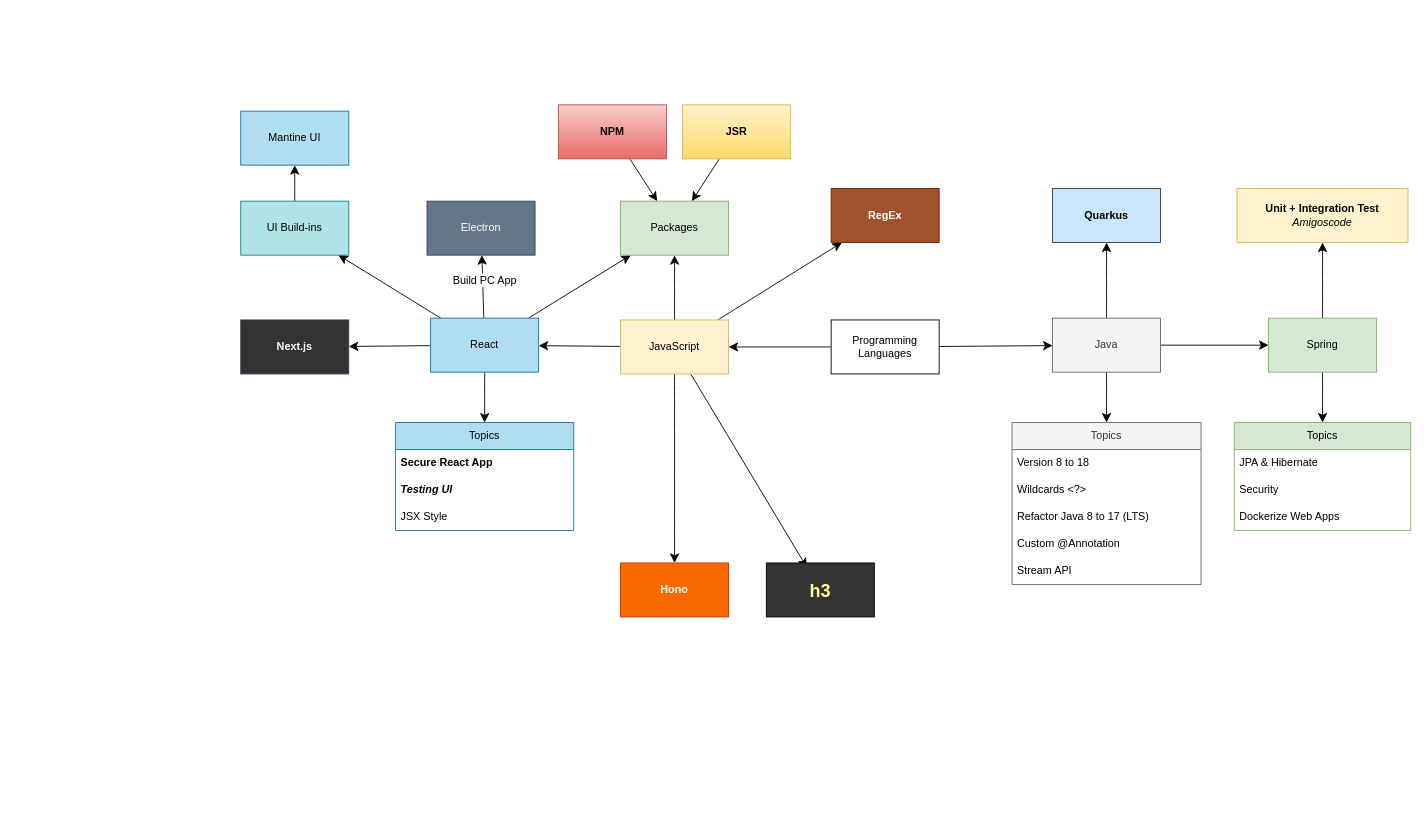
This is page "Web tech" (1 of 5) of Link_Bookmarks.drawio from sunflynf/diagram-only, a draw.io file, before an edit. Source tidied: cells renumbered, new cells numbered last; positions are measured from the earlier drawing's top-left corner, leaving out a move shared by most shapes. Both pictures are drawn from the tidied source at 90%, with x=0, y=0 at pixel (240, 104).
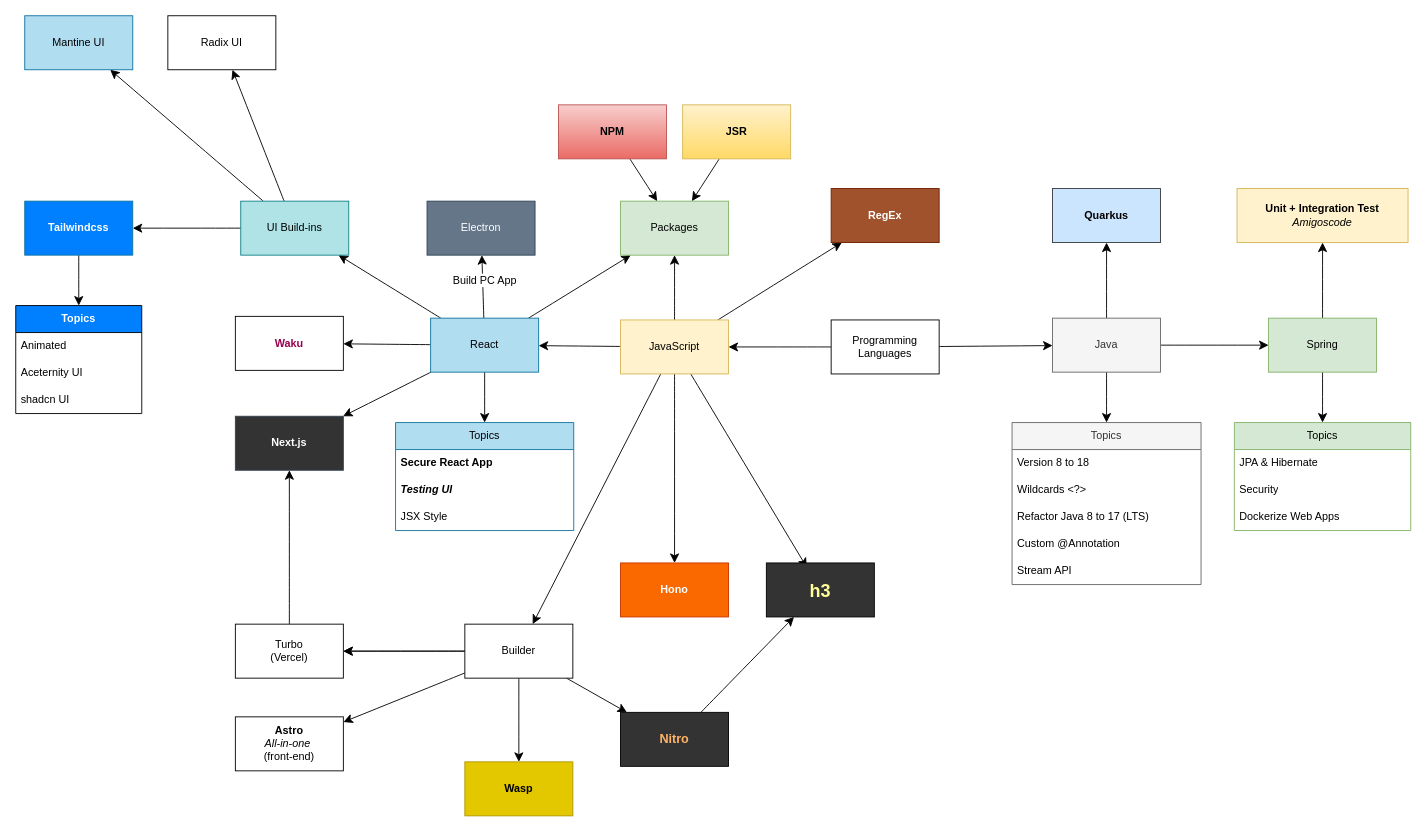
The same diagram, later.

Unchanged cells that the change refers to:
```xml
<mxCell id="28" value="JavaScript" style="whiteSpace=wrap;html=1;fillColor=#fff2cc;strokeColor=#d6b656;" parent="1" vertex="1">
  <mxGeometry x="422" y="239" width="120" height="60" as="geometry" />
</mxCell>
<mxCell id="35" value="React" style="whiteSpace=wrap;html=1;fillColor=#b1ddf0;strokeColor=#10739e;" parent="1" vertex="1">
  <mxGeometry x="211" y="237" width="120" height="60" as="geometry" />
</mxCell>
<mxCell id="38" value="UI Build-ins" style="whiteSpace=wrap;html=1;fillColor=#b0e3e6;strokeColor=#0e8088;" parent="1" vertex="1">
  <mxGeometry y="107" width="120" height="60" as="geometry" />
</mxCell>
<mxCell id="49" value="h3" style="whiteSpace=wrap;html=1;fillColor=#333333;fontColor=#FFFF99;fontStyle=1;fontSize=20;textShadow=0;labelBorderColor=none;labelBackgroundColor=none;" parent="1" vertex="1">
  <mxGeometry x="584" y="509" width="120" height="60" as="geometry" />
</mxCell>
```

The edit, as a diff of the source:
```diff
@@
+    <mxCell id="54" style="edgeStyle=none;curved=1;rounded=0;jettySize=auto;html=1;fontSize=12;startSize=8;endSize=8;" parent="1" edge="1" source="28" target="64">
+      <mxGeometry relative="1" as="geometry" />
+    </mxCell>
@@
+    <mxCell id="55" style="edgeStyle=none;curved=1;rounded=0;jettySize=auto;html=1;fontSize=12;startSize=8;endSize=8;" parent="1" edge="1" source="35" target="58">
+      <mxGeometry relative="1" as="geometry" />
+    </mxCell>
@@
     <mxCell id="36" value="Next.js" style="whiteSpace=wrap;html=1;fillColor=#333333;strokeColor=#314354;fontColor=#ffffff;fontStyle=1;" parent="1" vertex="1">
-      <mxGeometry y="239" width="120" height="60" as="geometry" />
+      <mxGeometry x="-6" y="346" width="120" height="60" as="geometry" />
     </mxCell>
@@
+    <mxCell id="56" style="edgeStyle=none;curved=1;rounded=0;jettySize=auto;html=1;fontSize=12;startSize=8;endSize=8;" parent="1" edge="1" source="38" target="72">
+      <mxGeometry relative="1" as="geometry" />
+    </mxCell>
+    <mxCell id="57" style="edgeStyle=none;curved=1;rounded=0;jettySize=auto;html=1;fontSize=12;startSize=8;endSize=8;" parent="1" edge="1" source="38" target="77">
+      <mxGeometry relative="1" as="geometry" />
+    </mxCell>
@@
     <mxCell id="39" value="Mantine UI" style="whiteSpace=wrap;html=1;fillColor=#b1ddf0;strokeColor=#10739e;" parent="1" vertex="1">
-      <mxGeometry y="7" width="120" height="60" as="geometry" />
+      <mxGeometry x="-240" y="-99" width="120" height="60" as="geometry" />
     </mxCell>
@@
+    <mxCell id="58" value="Waku" style="whiteSpace=wrap;html=1;fontStyle=1;fontColor=#99004D;" parent="1" vertex="1">
+      <mxGeometry x="-6" y="235" width="120" height="60" as="geometry" />
+    </mxCell>
+    <mxCell id="59" style="edgeStyle=none;curved=1;rounded=0;jettySize=auto;html=1;fontSize=12;startSize=8;endSize=8;" parent="1" edge="1" source="64" target="66">
+      <mxGeometry relative="1" as="geometry" />
+    </mxCell>
+    <mxCell id="60" style="edgeStyle=none;curved=1;rounded=0;jettySize=auto;html=1;fontSize=12;startSize=8;endSize=8;" parent="1" edge="1" source="64" target="66">
+      <mxGeometry relative="1" as="geometry" />
+    </mxCell>
+    <mxCell id="61" style="edgeStyle=none;curved=1;rounded=0;jettySize=auto;html=1;fontSize=12;startSize=8;endSize=8;" parent="1" edge="1" source="64" target="68">
+      <mxGeometry relative="1" as="geometry" />
+    </mxCell>
+    <mxCell id="62" style="edgeStyle=none;curved=1;rounded=0;jettySize=auto;html=1;fontSize=12;startSize=8;endSize=8;" parent="1" edge="1" source="64" target="69">
+      <mxGeometry relative="1" as="geometry" />
+    </mxCell>
+    <mxCell id="63" style="edgeStyle=none;curved=1;rounded=0;jettySize=auto;html=1;fontSize=12;startSize=8;endSize=8;" parent="1" edge="1" source="64" target="70">
+      <mxGeometry relative="1" as="geometry" />
+    </mxCell>
+    <mxCell id="64" value="Builder" style="whiteSpace=wrap;html=1;" parent="1" vertex="1">
+      <mxGeometry x="249" y="577" width="120" height="60" as="geometry" />
+    </mxCell>
+    <mxCell id="65" style="edgeStyle=none;curved=1;rounded=0;jettySize=auto;html=1;fontSize=12;startSize=8;endSize=8;" parent="1" edge="1" source="66" target="36">
+      <mxGeometry relative="1" as="geometry" />
+    </mxCell>
+    <mxCell id="66" value="&lt;div&gt;Turbo&lt;/div&gt;&lt;div&gt;(Vercel)&lt;br&gt;&lt;/div&gt;" style="whiteSpace=wrap;html=1;" parent="1" vertex="1">
+      <mxGeometry x="-6" y="577" width="120" height="60" as="geometry" />
+    </mxCell>
+    <mxCell id="67" style="edgeStyle=none;curved=1;rounded=0;jettySize=auto;html=1;fontSize=12;startSize=8;endSize=8;" parent="1" edge="1" source="68" target="49">
+      <mxGeometry relative="1" as="geometry" />
+    </mxCell>
+    <mxCell id="68" value="Nitro" style="whiteSpace=wrap;html=1;fillColor=#333333;fontColor=#FFB366;fontStyle=1;fontSize=14;" parent="1" vertex="1">
+      <mxGeometry x="422" y="675" width="120" height="60" as="geometry" />
+    </mxCell>
+    <mxCell id="69" value="&lt;div&gt;&lt;b&gt;Astro&lt;/b&gt;&lt;/div&gt;&lt;div&gt;&lt;i&gt;All-in-one&lt;/i&gt;&amp;nbsp;&lt;/div&gt;&lt;div&gt;(front-end)&lt;br&gt;&lt;/div&gt;" style="whiteSpace=wrap;html=1;" parent="1" vertex="1">
+      <mxGeometry x="-6" y="680" width="120" height="60" as="geometry" />
+    </mxCell>
+    <mxCell id="70" value="Wasp" style="whiteSpace=wrap;html=1;fillColor=#e3c800;fontColor=#000000;strokeColor=#B09500;fontStyle=1;" parent="1" vertex="1">
+      <mxGeometry x="249" y="730" width="120" height="60" as="geometry" />
+    </mxCell>
+    <mxCell id="71" style="edgeStyle=none;curved=1;rounded=0;jettySize=auto;html=1;fontSize=12;startSize=8;endSize=8;" parent="1" edge="1" source="72" target="73">
+      <mxGeometry relative="1" as="geometry" />
+    </mxCell>
+    <mxCell id="72" value="Tailwindcss" style="whiteSpace=wrap;html=1;fillColor=#007FFF;strokeColor=#10739e;fontColor=#FFFFFF;fontStyle=1;" parent="1" vertex="1">
+      <mxGeometry x="-240" y="107" width="120" height="60" as="geometry" />
+    </mxCell>
+    <mxCell id="73" value="Topics" style="swimlane;fontStyle=1;horizontal=1;startSize=30;whiteSpace=wrap;html=1;fillColor=#007FFF;fontColor=#FFFFFF;" parent="1" vertex="1">
+      <mxGeometry x="-250" y="223" width="140" height="120" as="geometry" />
+    </mxCell>
+    <mxCell id="74" value="Animated" style="text;strokeColor=none;fillColor=none;align=left;verticalAlign=middle;spacingLeft=4;spacingRight=4;overflow=hidden;whiteSpace=wrap;html=1;" parent="73" vertex="1">
+      <mxGeometry y="30" width="140" height="30" as="geometry" />
+    </mxCell>
+    <mxCell id="75" value="Aceternity UI" style="text;strokeColor=none;fillColor=none;align=left;verticalAlign=middle;spacingLeft=4;spacingRight=4;overflow=hidden;whiteSpace=wrap;html=1;" parent="73" vertex="1">
+      <mxGeometry y="60" width="140" height="30" as="geometry" />
+    </mxCell>
+    <mxCell id="76" value="shadcn UI" style="text;strokeColor=none;fillColor=none;align=left;verticalAlign=middle;spacingLeft=4;spacingRight=4;overflow=hidden;whiteSpace=wrap;html=1;" parent="73" vertex="1">
+      <mxGeometry y="90" width="140" height="30" as="geometry" />
+    </mxCell>
+    <mxCell id="77" value="Radix UI" style="whiteSpace=wrap;html=1;" parent="1" vertex="1">
+      <mxGeometry x="-81" y="-99" width="120" height="60" as="geometry" />
+    </mxCell>
```
